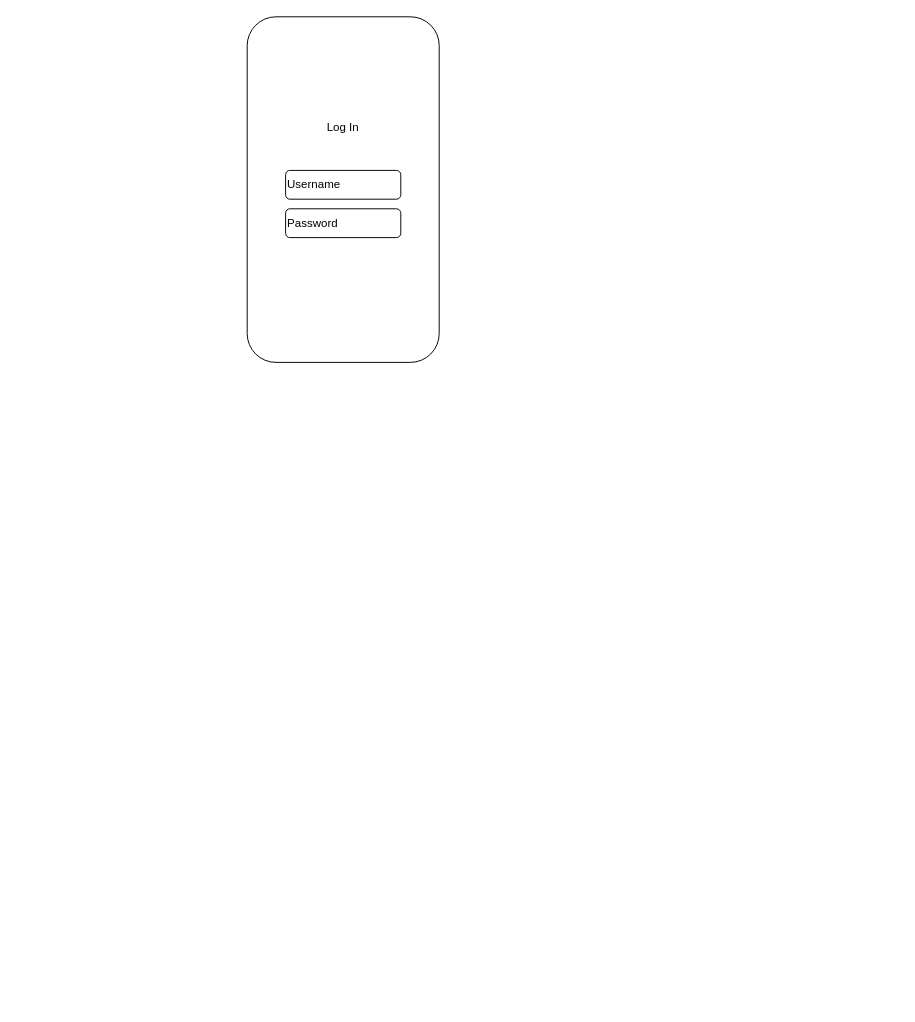
The draw.io diagram Mini_WF.drawio in critschris/UI-Class, before the edit. Source tidied: cells renumbered, new cells numbered last; positions are measured from the earlier drawing's top-left corner, leaving out a move shared by most shapes. Both pictures are drawn from the tidied source at 96%, with x=0, y=0 at pixel (247, 16).
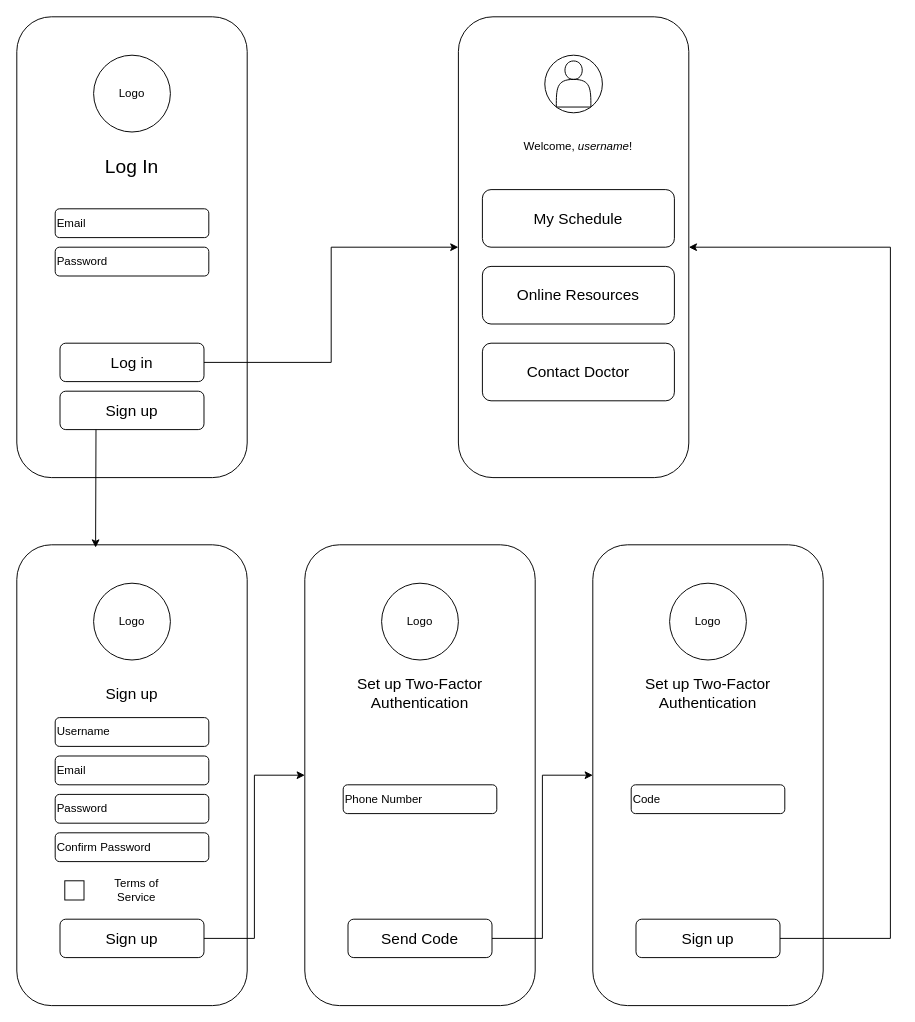
The same page after the edit.

What changed in the source:
```diff
@@
     <mxCell id="2" style="rounded=1;whiteSpace=wrap;html=1;" parent="1" vertex="1">
-      <mxGeometry width="200" height="360" as="geometry" />
+      <mxGeometry x="-240" width="240" height="480" as="geometry" />
     </mxCell>
-    <mxCell id="3" value="Username" style="rounded=1;whiteSpace=wrap;html=1;align=left;" parent="1" vertex="1">
-      <mxGeometry x="40" y="160" width="120" height="30" as="geometry" />
+    <mxCell id="3" value="Email" style="rounded=1;whiteSpace=wrap;html=1;align=left;" parent="1" vertex="1">
+      <mxGeometry x="-200" y="200" width="160" height="30" as="geometry" />
     </mxCell>
-    <mxCell id="4" value="Log In" style="text;html=1;whiteSpace=wrap;strokeColor=none;fillColor=none;align=center;verticalAlign=middle;rounded=0;" parent="1" vertex="1">
-      <mxGeometry x="70" y="100" width="60" height="30" as="geometry" />
+    <mxCell id="4" value="&lt;font style=&quot;font-size: 20px;&quot;&gt;Log In&lt;/font&gt;" style="text;html=1;whiteSpace=wrap;strokeColor=none;fillColor=none;align=center;verticalAlign=middle;rounded=0;" parent="1" vertex="1">
+      <mxGeometry x="-150" y="140" width="60" height="30" as="geometry" />
     </mxCell>
     <mxCell id="5" value="Password" style="rounded=1;whiteSpace=wrap;html=1;align=left;" parent="1" vertex="1">
-      <mxGeometry x="40" y="200" width="120" height="30" as="geometry" />
+      <mxGeometry x="-200" y="240" width="160" height="30" as="geometry" />
     </mxCell>
+    <mxCell id="6" value="Logo" style="ellipse;whiteSpace=wrap;html=1;" parent="1" vertex="1">
+      <mxGeometry x="-160" y="40" width="80" height="80" as="geometry" />
+    </mxCell>
+    <mxCell id="7" value="&lt;font style=&quot;font-size: 16px;&quot;&gt;Log in&lt;/font&gt;" style="rounded=1;whiteSpace=wrap;html=1;" parent="1" vertex="1">
+      <mxGeometry x="-195" y="340" width="150" height="40" as="geometry" />
+    </mxCell>
+    <mxCell id="8" value="&lt;font style=&quot;font-size: 16px;&quot;&gt;Sign up&lt;/font&gt;" style="rounded=1;whiteSpace=wrap;html=1;" parent="1" vertex="1">
+      <mxGeometry x="-195" y="390" width="150" height="40" as="geometry" />
+    </mxCell>
+    <mxCell id="9" style="rounded=1;whiteSpace=wrap;html=1;" parent="1" vertex="1">
+      <mxGeometry x="-240" y="550" width="240" height="480" as="geometry" />
+    </mxCell>
+    <mxCell id="10" value="Username" style="rounded=1;whiteSpace=wrap;html=1;align=left;" parent="1" vertex="1">
+      <mxGeometry x="-200" y="730" width="160" height="30" as="geometry" />
+    </mxCell>
+    <mxCell id="11" value="&lt;font style=&quot;font-size: 16px;&quot;&gt;Sign up&lt;/font&gt;" style="text;html=1;whiteSpace=wrap;strokeColor=none;fillColor=none;align=center;verticalAlign=middle;rounded=0;" parent="1" vertex="1">
+      <mxGeometry x="-150" y="690" width="60" height="30" as="geometry" />
+    </mxCell>
+    <mxCell id="12" value="Password" style="rounded=1;whiteSpace=wrap;html=1;align=left;" parent="1" vertex="1">
+      <mxGeometry x="-200" y="810" width="160" height="30" as="geometry" />
+    </mxCell>
+    <mxCell id="13" value="Logo" style="ellipse;whiteSpace=wrap;html=1;" parent="1" vertex="1">
+      <mxGeometry x="-160" y="590" width="80" height="80" as="geometry" />
+    </mxCell>
+    <mxCell id="14" value="&lt;font style=&quot;font-size: 16px;&quot;&gt;Sign up&lt;/font&gt;" style="rounded=1;whiteSpace=wrap;html=1;" parent="1" vertex="1">
+      <mxGeometry x="-195" y="940" width="150" height="40" as="geometry" />
+    </mxCell>
+    <mxCell id="15" value="Email" style="rounded=1;whiteSpace=wrap;html=1;align=left;" parent="1" vertex="1">
+      <mxGeometry x="-200" y="770" width="160" height="30" as="geometry" />
+    </mxCell>
+    <mxCell id="16" value="Confirm Password" style="rounded=1;whiteSpace=wrap;html=1;align=left;" parent="1" vertex="1">
+      <mxGeometry x="-200" y="850" width="160" height="30" as="geometry" />
+    </mxCell>
+    <mxCell id="17" style="rounded=0;whiteSpace=wrap;html=1;" parent="1" vertex="1">
+      <mxGeometry x="-190" y="900" width="20" height="20" as="geometry" />
+    </mxCell>
+    <mxCell id="18" value="Terms of Service" style="text;html=1;whiteSpace=wrap;strokeColor=none;fillColor=none;align=center;verticalAlign=middle;rounded=0;" parent="1" vertex="1">
+      <mxGeometry x="-160" y="895" width="90" height="30" as="geometry" />
+    </mxCell>
+    <mxCell id="19" style="endArrow=classic;html=1;rounded=0;exitX=0.25;exitY=1;exitDx=0;exitDy=0;entryX=0.342;entryY=0.006;entryDx=0;entryDy=0;entryPerimeter=0;" parent="1" edge="1" source="8" target="9">
+      <mxGeometry relative="1" as="geometry" />
+    </mxCell>
+    <mxCell id="20" style="rounded=1;whiteSpace=wrap;html=1;" parent="1" vertex="1">
+      <mxGeometry x="60" y="550" width="240" height="480" as="geometry" />
+    </mxCell>
+    <mxCell id="21" value="&lt;font style=&quot;font-size: 16px;&quot;&gt;Set up Two-Factor&lt;/font&gt;&lt;div&gt;&lt;font style=&quot;font-size: 16px;&quot;&gt;Authentication&lt;/font&gt;&lt;/div&gt;" style="text;html=1;whiteSpace=wrap;strokeColor=none;fillColor=none;align=center;verticalAlign=middle;rounded=0;" parent="1" vertex="1">
+      <mxGeometry x="100" y="690" width="160" height="30" as="geometry" />
+    </mxCell>
+    <mxCell id="22" value="Logo" style="ellipse;whiteSpace=wrap;html=1;" parent="1" vertex="1">
+      <mxGeometry x="140" y="590" width="80" height="80" as="geometry" />
+    </mxCell>
+    <mxCell id="23" value="&lt;span style=&quot;font-size: 16px;&quot;&gt;Send Code&lt;/span&gt;" style="rounded=1;whiteSpace=wrap;html=1;" parent="1" vertex="1">
+      <mxGeometry x="105" y="940" width="150" height="40" as="geometry" />
+    </mxCell>
+    <mxCell id="24" value="Phone Number" style="rounded=1;whiteSpace=wrap;html=1;align=left;" parent="1" vertex="1">
+      <mxGeometry x="100" y="800" width="160" height="30" as="geometry" />
+    </mxCell>
+    <mxCell id="25" style="endArrow=classic;html=1;rounded=0;exitX=1;exitY=0.5;exitDx=0;exitDy=0;entryX=0;entryY=0.5;entryDx=0;entryDy=0;edgeStyle=orthogonalEdgeStyle;" parent="1" edge="1" source="14" target="20">
+      <mxGeometry relative="1" as="geometry" />
+    </mxCell>
+    <mxCell id="26" style="rounded=1;whiteSpace=wrap;html=1;" parent="1" vertex="1">
+      <mxGeometry x="360" y="550" width="240" height="480" as="geometry" />
+    </mxCell>
+    <mxCell id="27" value="&lt;font style=&quot;font-size: 16px;&quot;&gt;Set up Two-Factor&lt;/font&gt;&lt;div&gt;&lt;font style=&quot;font-size: 16px;&quot;&gt;Authentication&lt;/font&gt;&lt;/div&gt;" style="text;html=1;whiteSpace=wrap;strokeColor=none;fillColor=none;align=center;verticalAlign=middle;rounded=0;" parent="1" vertex="1">
+      <mxGeometry x="400" y="690" width="160" height="30" as="geometry" />
+    </mxCell>
+    <mxCell id="28" value="Logo" style="ellipse;whiteSpace=wrap;html=1;" parent="1" vertex="1">
+      <mxGeometry x="440" y="590" width="80" height="80" as="geometry" />
+    </mxCell>
+    <mxCell id="29" value="&lt;span style=&quot;font-size: 16px;&quot;&gt;Sign up&lt;/span&gt;" style="rounded=1;whiteSpace=wrap;html=1;" parent="1" vertex="1">
+      <mxGeometry x="405" y="940" width="150" height="40" as="geometry" />
+    </mxCell>
+    <mxCell id="30" value="Code" style="rounded=1;whiteSpace=wrap;html=1;align=left;" parent="1" vertex="1">
+      <mxGeometry x="400" y="800" width="160" height="30" as="geometry" />
+    </mxCell>
+    <mxCell id="31" style="endArrow=classic;html=1;rounded=0;exitX=1;exitY=0.5;exitDx=0;exitDy=0;entryX=0;entryY=0.5;entryDx=0;entryDy=0;edgeStyle=orthogonalEdgeStyle;" parent="1" edge="1" source="23" target="26">
+      <mxGeometry relative="1" as="geometry" />
+    </mxCell>
+    <mxCell id="32" style="rounded=1;whiteSpace=wrap;html=1;" parent="1" vertex="1">
+      <mxGeometry x="220" width="240" height="480" as="geometry" />
+    </mxCell>
+    <mxCell id="33" style="endArrow=classic;html=1;rounded=0;exitX=1;exitY=0.5;exitDx=0;exitDy=0;entryX=0;entryY=0.5;entryDx=0;entryDy=0;edgeStyle=orthogonalEdgeStyle;" parent="1" edge="1" source="7" target="32">
+      <mxGeometry relative="1" as="geometry" />
+    </mxCell>
+    <mxCell id="34" style="group;" parent="1" vertex="1">
+      <mxGeometry x="310" y="40" width="60" height="60" as="geometry" />
+    </mxCell>
+    <mxCell id="35" style="ellipse;whiteSpace=wrap;html=1;" parent="34" vertex="1">
+      <mxGeometry width="60" height="60" as="geometry" />
+    </mxCell>
+    <mxCell id="36" style="shape=actor;whiteSpace=wrap;html=1;" parent="34" vertex="1">
+      <mxGeometry x="12" y="6" width="36" height="48" as="geometry" />
+    </mxCell>
+    <mxCell id="37" value="Welcome, &lt;i&gt;username&lt;/i&gt;!" style="text;html=1;whiteSpace=wrap;strokeColor=none;fillColor=none;align=center;verticalAlign=middle;rounded=0;" parent="1" vertex="1">
+      <mxGeometry x="280" y="120" width="130" height="30" as="geometry" />
+    </mxCell>
+    <mxCell id="38" value="&lt;span style=&quot;font-size: 16px;&quot;&gt;My Schedule&lt;/span&gt;" style="rounded=1;whiteSpace=wrap;html=1;" parent="1" vertex="1">
+      <mxGeometry x="245" y="180" width="200" height="60" as="geometry" />
+    </mxCell>
+    <mxCell id="39" value="&lt;span style=&quot;font-size: 16px;&quot;&gt;Online Resources&lt;/span&gt;" style="rounded=1;whiteSpace=wrap;html=1;" parent="1" vertex="1">
+      <mxGeometry x="245" y="260" width="200" height="60" as="geometry" />
+    </mxCell>
+    <mxCell id="40" value="&lt;span style=&quot;font-size: 16px;&quot;&gt;Contact Doctor&lt;/span&gt;" style="rounded=1;whiteSpace=wrap;html=1;" parent="1" vertex="1">
+      <mxGeometry x="245" y="340" width="200" height="60" as="geometry" />
+    </mxCell>
+    <mxCell id="41" style="endArrow=classic;html=1;rounded=0;exitX=1;exitY=0.5;exitDx=0;exitDy=0;entryX=1;entryY=0.5;entryDx=0;entryDy=0;edgeStyle=elbowEdgeStyle;" parent="1" edge="1" source="29" target="32">
+      <mxGeometry relative="1" as="geometry">
+        <Array as="points">
+          <mxPoint x="670" y="610" />
+        </Array>
+      </mxGeometry>
+    </mxCell>
```
